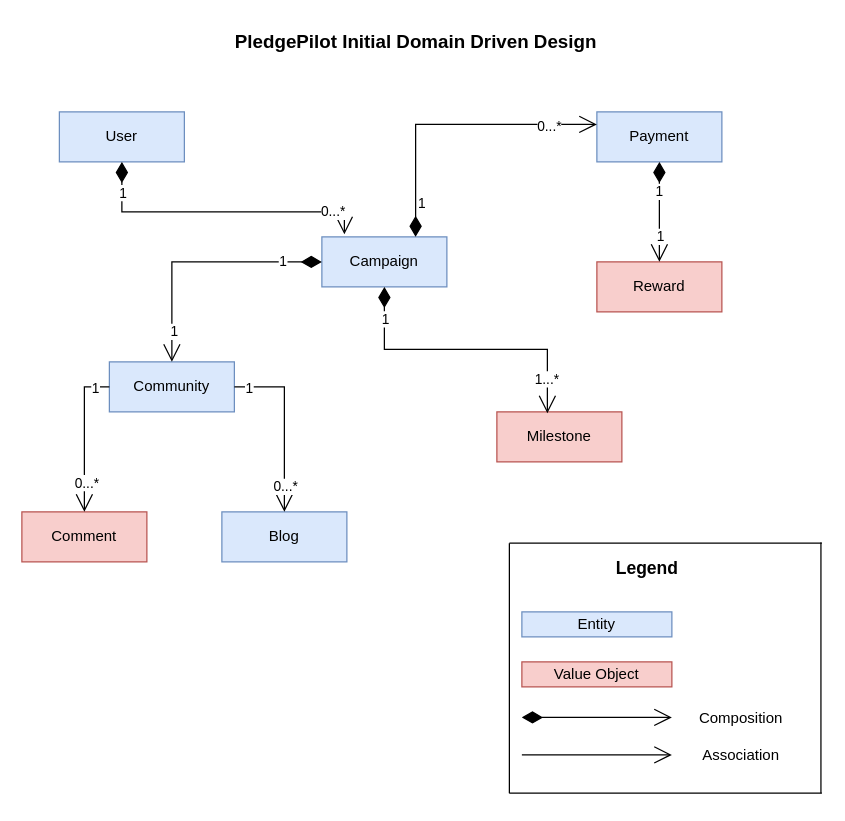
Above: design/PledgePilot_Domain_Design.drawio in Gizmosoft/pledgepilot (draw.io), before the change. Source tidied: cells renumbered, new cells numbered last; positions are measured from the earlier drawing's top-left corner, leaving out a move shared by most shapes. Both pictures are drawn from the tidied source at 125%, with x=0, y=0 at pixel (21, 21).
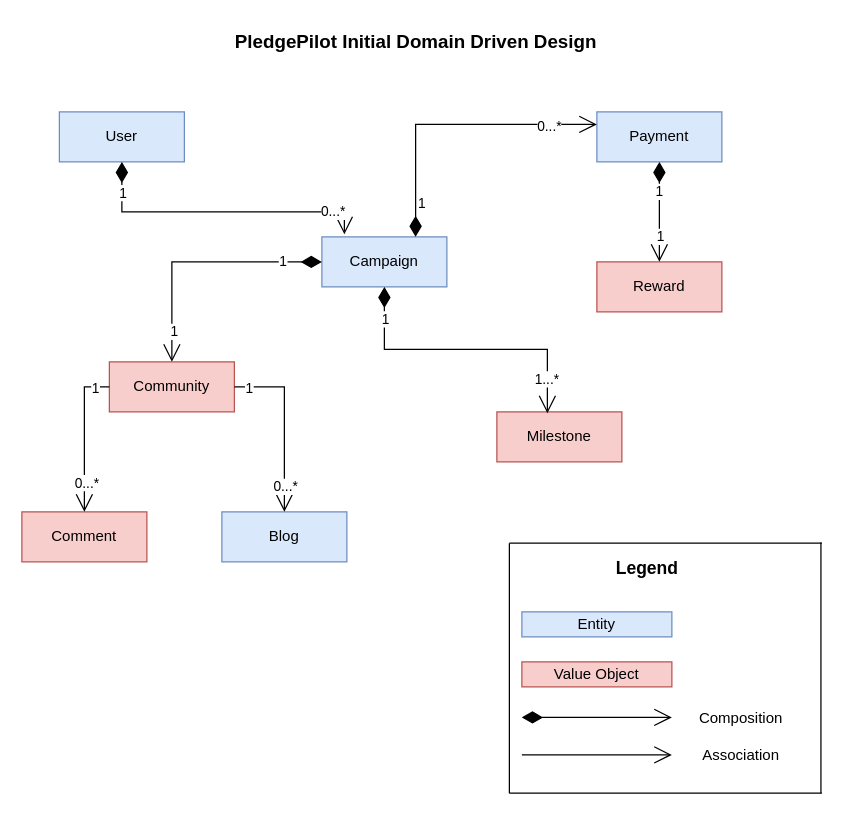
The same page after the edit.

Commit message (it also covers changes not shown here):
updated design diagram

What changed in the source:
```diff
@@
-    <mxCell id="5" value="Community" style="whiteSpace=wrap;html=1;align=center;fillColor=#dae8fc;strokeColor=#6c8ebf;" parent="1" vertex="1">
+    <mxCell id="5" value="Community" style="whiteSpace=wrap;html=1;align=center;fillColor=#f8cecc;strokeColor=#b85450;" parent="1" vertex="1">
       <mxGeometry x="70" y="272" width="100" height="40" as="geometry" />
     </mxCell>
```
